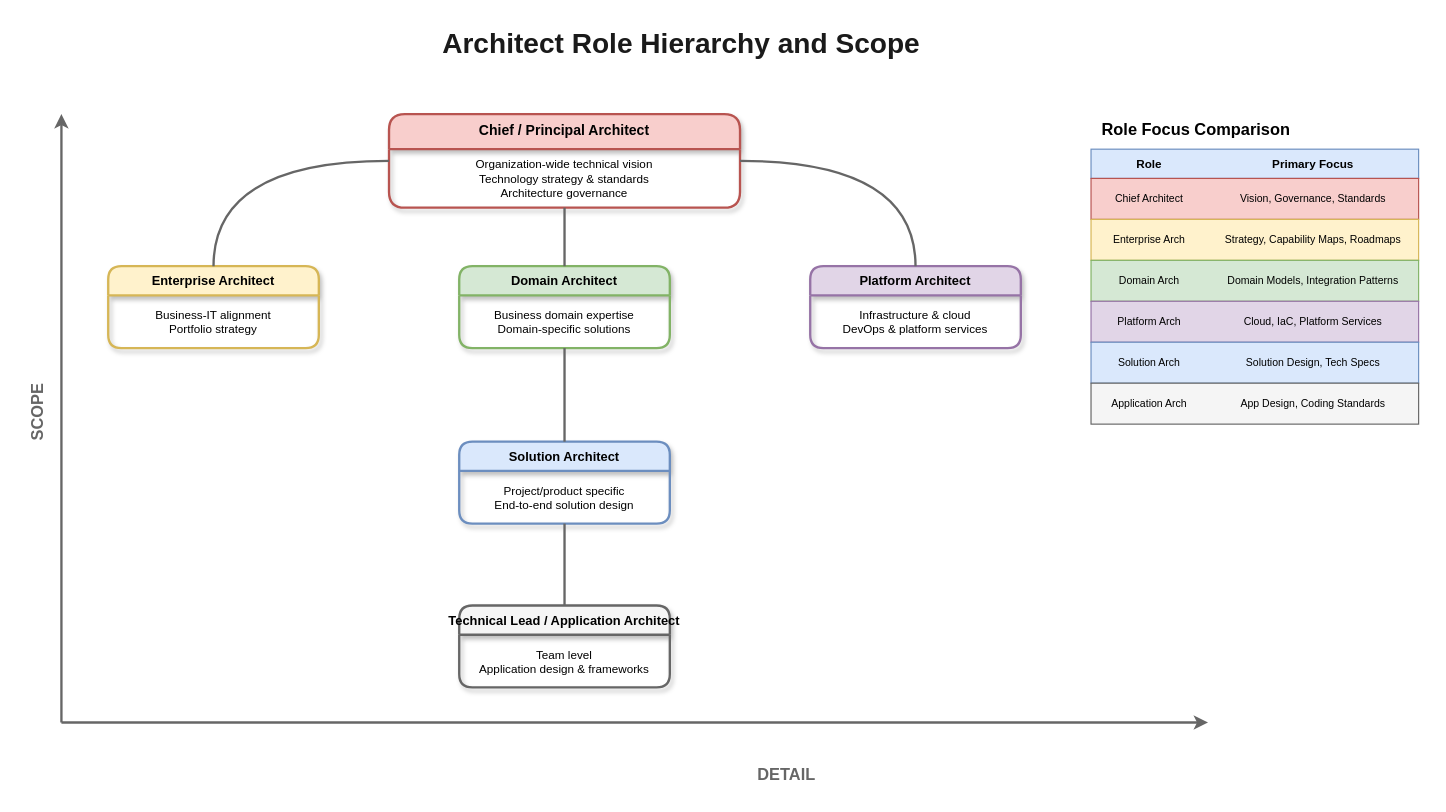
Above: lesson-00-software-architect-overview/02-organizational-positioning/2.4-architect-role-hierarchy.drawio in MrParkerZ7/document-lesson-software-architect-x-claude (draw.io), before the change. Source tidied: cells renumbered, new cells numbered last; positions are measured from the earlier drawing's top-left corner, leaving out a move shared by most shapes. Both pictures are drawn from the tidied source at 117%, with x=0, y=0 at pixel (-9, 20).
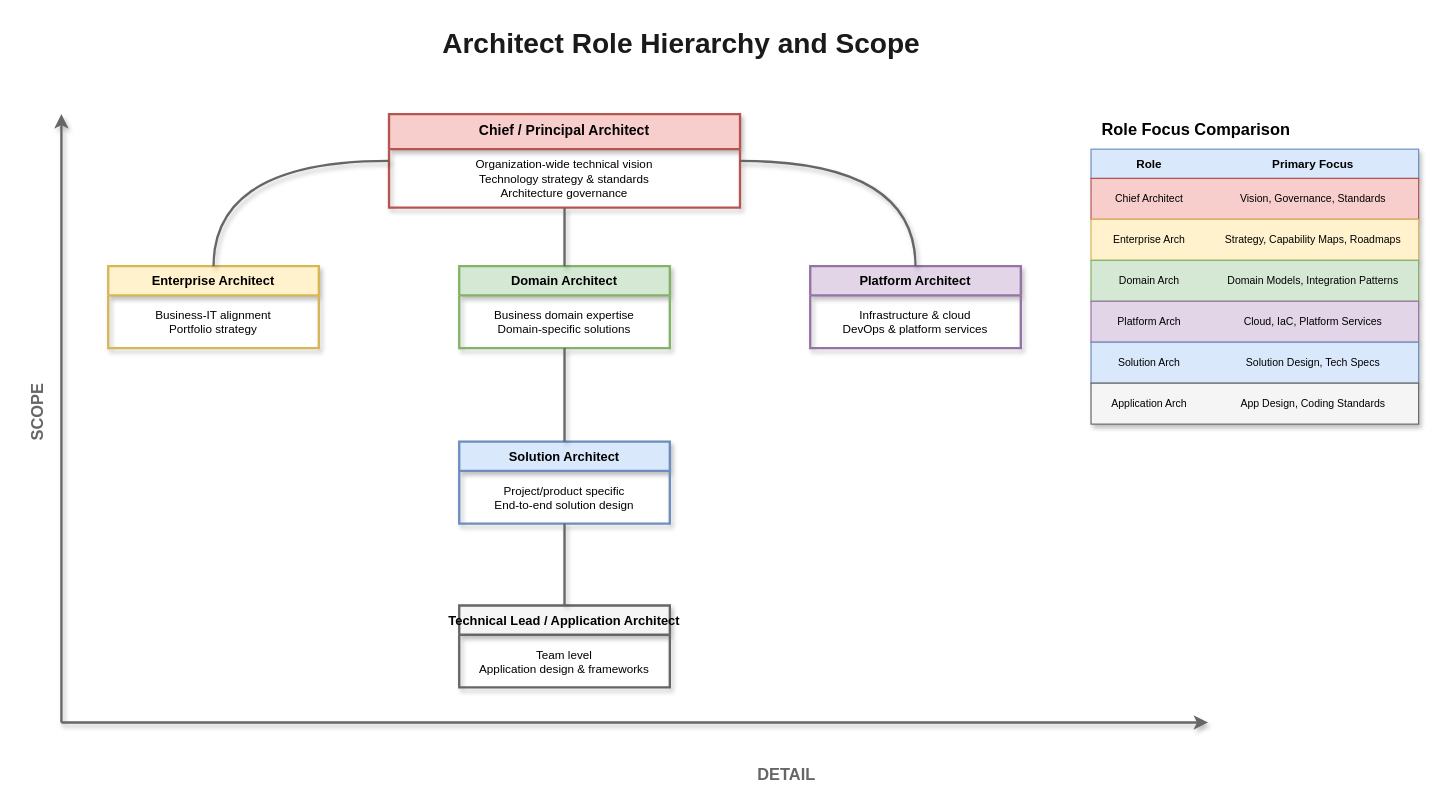
Above is the later version.

The edit, as a diff of the source:
```diff
@@
-    <mxCell id="4" style="endArrow=classic;html=1;rounded=0;strokeWidth=2;strokeColor=#666666;" parent="1" edge="1">
+    <mxCell id="4" style="endArrow=classic;html=1;rounded=0;strokeWidth=2;strokeColor=#666666;shadow=1;curved=1;flowAnimation=1;jumpStyle=arc;" parent="1" edge="1">
       <mxGeometry relative="1" as="geometry">
         <mxPoint x="60" y="600" as="sourcePoint" />
         <mxPoint x="60" y="80" as="targetPoint" />
       </mxGeometry>
     </mxCell>
@@
-    <mxCell id="6" style="endArrow=classic;html=1;rounded=0;strokeWidth=2;strokeColor=#666666;" parent="1" edge="1">
+    <mxCell id="6" style="endArrow=classic;html=1;rounded=0;strokeWidth=2;strokeColor=#666666;shadow=1;curved=1;flowAnimation=1;jumpStyle=arc;" parent="1" edge="1">
       <mxGeometry relative="1" as="geometry">
         <mxPoint x="60" y="600" as="sourcePoint" />
         <mxPoint x="1040" y="600" as="targetPoint" />
       </mxGeometry>
     </mxCell>
-    <mxCell id="7" value="Chief / Principal Architect" style="swimlane;fontStyle=1;align=center;verticalAlign=top;horizontal=1;startSize=30;fillColor=#f8cecc;strokeColor=#b85450;fontSize=12;shadow=1;strokeWidth=2;rounded=1;" parent="1" vertex="1">
+    <mxCell id="7" value="Chief / Principal Architect" style="swimlane;fontStyle=1;align=center;verticalAlign=top;horizontal=1;startSize=30;fillColor=#f8cecc;strokeColor=#b85450;fontSize=12;shadow=1;strokeWidth=2;rounded=0;" parent="1" vertex="1">
       <mxGeometry x="340" y="80" width="300" height="80" as="geometry" />
     </mxCell>
@@
-    <mxCell id="9" value="Enterprise Architect" style="swimlane;fontStyle=1;align=center;verticalAlign=top;horizontal=1;startSize=25;fillColor=#fff2cc;strokeColor=#d6b656;fontSize=11;shadow=1;strokeWidth=2;rounded=1;" parent="1" vertex="1">
+    <mxCell id="9" value="Enterprise Architect" style="swimlane;fontStyle=1;align=center;verticalAlign=top;horizontal=1;startSize=25;fillColor=#fff2cc;strokeColor=#d6b656;fontSize=11;shadow=1;strokeWidth=2;rounded=0;" parent="1" vertex="1">
       <mxGeometry x="100" y="210" width="180" height="70" as="geometry" />
     </mxCell>
@@
-    <mxCell id="11" value="Domain Architect" style="swimlane;fontStyle=1;align=center;verticalAlign=top;horizontal=1;startSize=25;fillColor=#d5e8d4;strokeColor=#82b366;fontSize=11;shadow=1;strokeWidth=2;rounded=1;" parent="1" vertex="1">
+    <mxCell id="11" value="Domain Architect" style="swimlane;fontStyle=1;align=center;verticalAlign=top;horizontal=1;startSize=25;fillColor=#d5e8d4;strokeColor=#82b366;fontSize=11;shadow=1;strokeWidth=2;rounded=0;" parent="1" vertex="1">
       <mxGeometry x="400" y="210" width="180" height="70" as="geometry" />
     </mxCell>
@@
-    <mxCell id="13" value="Platform Architect" style="swimlane;fontStyle=1;align=center;verticalAlign=top;horizontal=1;startSize=25;fillColor=#e1d5e7;strokeColor=#9673a6;fontSize=11;shadow=1;strokeWidth=2;rounded=1;" parent="1" vertex="1">
+    <mxCell id="13" value="Platform Architect" style="swimlane;fontStyle=1;align=center;verticalAlign=top;horizontal=1;startSize=25;fillColor=#e1d5e7;strokeColor=#9673a6;fontSize=11;shadow=1;strokeWidth=2;rounded=0;" parent="1" vertex="1">
       <mxGeometry x="700" y="210" width="180" height="70" as="geometry" />
     </mxCell>
@@
-    <mxCell id="15" style="edgeStyle=orthogonalEdgeStyle;curved=1;rounded=1;html=1;strokeColor=#666666;strokeWidth=2;endArrow=none;jumpStyle=arc;jumpSize=10;" parent="1" edge="1" source="7" target="9">
+    <mxCell id="15" style="edgeStyle=orthogonalEdgeStyle;curved=1;rounded=0;html=1;strokeColor=#666666;strokeWidth=2;endArrow=none;jumpStyle=arc;jumpSize=10;shadow=1;flowAnimation=1;" parent="1" edge="1" source="7" target="9">
       <mxGeometry relative="1" as="geometry" />
     </mxCell>
-    <mxCell id="16" style="edgeStyle=orthogonalEdgeStyle;curved=1;rounded=1;html=1;strokeColor=#666666;strokeWidth=2;endArrow=none;jumpStyle=arc;jumpSize=10;" parent="1" edge="1" source="7" target="11">
+    <mxCell id="16" style="edgeStyle=orthogonalEdgeStyle;curved=1;rounded=0;html=1;strokeColor=#666666;strokeWidth=2;endArrow=none;jumpStyle=arc;jumpSize=10;shadow=1;flowAnimation=1;" parent="1" edge="1" source="7" target="11">
       <mxGeometry relative="1" as="geometry" />
     </mxCell>
-    <mxCell id="17" style="edgeStyle=orthogonalEdgeStyle;curved=1;rounded=1;html=1;strokeColor=#666666;strokeWidth=2;endArrow=none;jumpStyle=arc;jumpSize=10;" parent="1" edge="1" source="7" target="13">
+    <mxCell id="17" style="edgeStyle=orthogonalEdgeStyle;curved=1;rounded=0;html=1;strokeColor=#666666;strokeWidth=2;endArrow=none;jumpStyle=arc;jumpSize=10;shadow=1;flowAnimation=1;" parent="1" edge="1" source="7" target="13">
       <mxGeometry relative="1" as="geometry" />
     </mxCell>
-    <mxCell id="18" value="Solution Architect" style="swimlane;fontStyle=1;align=center;verticalAlign=top;horizontal=1;startSize=25;fillColor=#dae8fc;strokeColor=#6c8ebf;fontSize=11;shadow=1;strokeWidth=2;rounded=1;" parent="1" vertex="1">
+    <mxCell id="18" value="Solution Architect" style="swimlane;fontStyle=1;align=center;verticalAlign=top;horizontal=1;startSize=25;fillColor=#dae8fc;strokeColor=#6c8ebf;fontSize=11;shadow=1;strokeWidth=2;rounded=0;" parent="1" vertex="1">
       <mxGeometry x="400" y="360" width="180" height="70" as="geometry" />
     </mxCell>
@@
-    <mxCell id="20" style="edgeStyle=orthogonalEdgeStyle;curved=1;rounded=1;html=1;strokeColor=#666666;strokeWidth=2;endArrow=none;jumpStyle=arc;jumpSize=10;" parent="1" edge="1" source="11" target="18">
+    <mxCell id="20" style="edgeStyle=orthogonalEdgeStyle;curved=1;rounded=0;html=1;strokeColor=#666666;strokeWidth=2;endArrow=none;jumpStyle=arc;jumpSize=10;shadow=1;flowAnimation=1;" parent="1" edge="1" source="11" target="18">
       <mxGeometry relative="1" as="geometry" />
     </mxCell>
-    <mxCell id="21" value="Technical Lead / Application Architect" style="swimlane;fontStyle=1;align=center;verticalAlign=top;horizontal=1;startSize=25;fillColor=#f5f5f5;strokeColor=#666666;fontSize=11;shadow=1;strokeWidth=2;rounded=1;" parent="1" vertex="1">
+    <mxCell id="21" value="Technical Lead / Application Architect" style="swimlane;fontStyle=1;align=center;verticalAlign=top;horizontal=1;startSize=25;fillColor=#f5f5f5;strokeColor=#666666;fontSize=11;shadow=1;strokeWidth=2;rounded=0;" parent="1" vertex="1">
       <mxGeometry x="400" y="500" width="180" height="70" as="geometry" />
     </mxCell>
@@
-    <mxCell id="23" style="edgeStyle=orthogonalEdgeStyle;curved=1;rounded=1;html=1;strokeColor=#666666;strokeWidth=2;endArrow=none;jumpStyle=arc;jumpSize=10;" parent="1" edge="1" source="18" target="21">
+    <mxCell id="23" style="edgeStyle=orthogonalEdgeStyle;curved=1;rounded=0;html=1;strokeColor=#666666;strokeWidth=2;endArrow=none;jumpStyle=arc;jumpSize=10;shadow=1;flowAnimation=1;" parent="1" edge="1" source="18" target="21">
       <mxGeometry relative="1" as="geometry" />
     </mxCell>
@@
-    <mxCell id="25" style="rounded=0;whiteSpace=wrap;html=1;fillColor=#dae8fc;strokeColor=#6c8ebf;" parent="1" vertex="1">
+    <mxCell id="25" style="rounded=0;whiteSpace=wrap;html=1;fillColor=#dae8fc;strokeColor=#6c8ebf;shadow=1;" parent="1" vertex="1">
       <mxGeometry x="940" y="110" width="280" height="25" as="geometry" />
     </mxCell>
@@
-    <mxCell id="28" style="rounded=0;whiteSpace=wrap;html=1;fillColor=#f8cecc;strokeColor=#b85450;" parent="1" vertex="1">
+    <mxCell id="28" style="rounded=0;whiteSpace=wrap;html=1;fillColor=#f8cecc;strokeColor=#b85450;shadow=1;" parent="1" vertex="1">
       <mxGeometry x="940" y="135" width="280" height="35" as="geometry" />
     </mxCell>
@@
-    <mxCell id="31" style="rounded=0;whiteSpace=wrap;html=1;fillColor=#fff2cc;strokeColor=#d6b656;" parent="1" vertex="1">
+    <mxCell id="31" style="rounded=0;whiteSpace=wrap;html=1;fillColor=#fff2cc;strokeColor=#d6b656;shadow=1;" parent="1" vertex="1">
       <mxGeometry x="940" y="170" width="280" height="35" as="geometry" />
     </mxCell>
@@
-    <mxCell id="34" style="rounded=0;whiteSpace=wrap;html=1;fillColor=#d5e8d4;strokeColor=#82b366;" parent="1" vertex="1">
+    <mxCell id="34" style="rounded=0;whiteSpace=wrap;html=1;fillColor=#d5e8d4;strokeColor=#82b366;shadow=1;" parent="1" vertex="1">
       <mxGeometry x="940" y="205" width="280" height="35" as="geometry" />
     </mxCell>
@@
-    <mxCell id="37" style="rounded=0;whiteSpace=wrap;html=1;fillColor=#e1d5e7;strokeColor=#9673a6;" parent="1" vertex="1">
+    <mxCell id="37" style="rounded=0;whiteSpace=wrap;html=1;fillColor=#e1d5e7;strokeColor=#9673a6;shadow=1;" parent="1" vertex="1">
       <mxGeometry x="940" y="240" width="280" height="35" as="geometry" />
     </mxCell>
@@
-    <mxCell id="40" style="rounded=0;whiteSpace=wrap;html=1;fillColor=#dae8fc;strokeColor=#6c8ebf;" parent="1" vertex="1">
+    <mxCell id="40" style="rounded=0;whiteSpace=wrap;html=1;fillColor=#dae8fc;strokeColor=#6c8ebf;shadow=1;" parent="1" vertex="1">
       <mxGeometry x="940" y="275" width="280" height="35" as="geometry" />
     </mxCell>
@@
-    <mxCell id="43" style="rounded=0;whiteSpace=wrap;html=1;fillColor=#f5f5f5;strokeColor=#666666;" parent="1" vertex="1">
+    <mxCell id="43" style="rounded=0;whiteSpace=wrap;html=1;fillColor=#f5f5f5;strokeColor=#666666;shadow=1;" parent="1" vertex="1">
       <mxGeometry x="940" y="310" width="280" height="35" as="geometry" />
     </mxCell>
```
